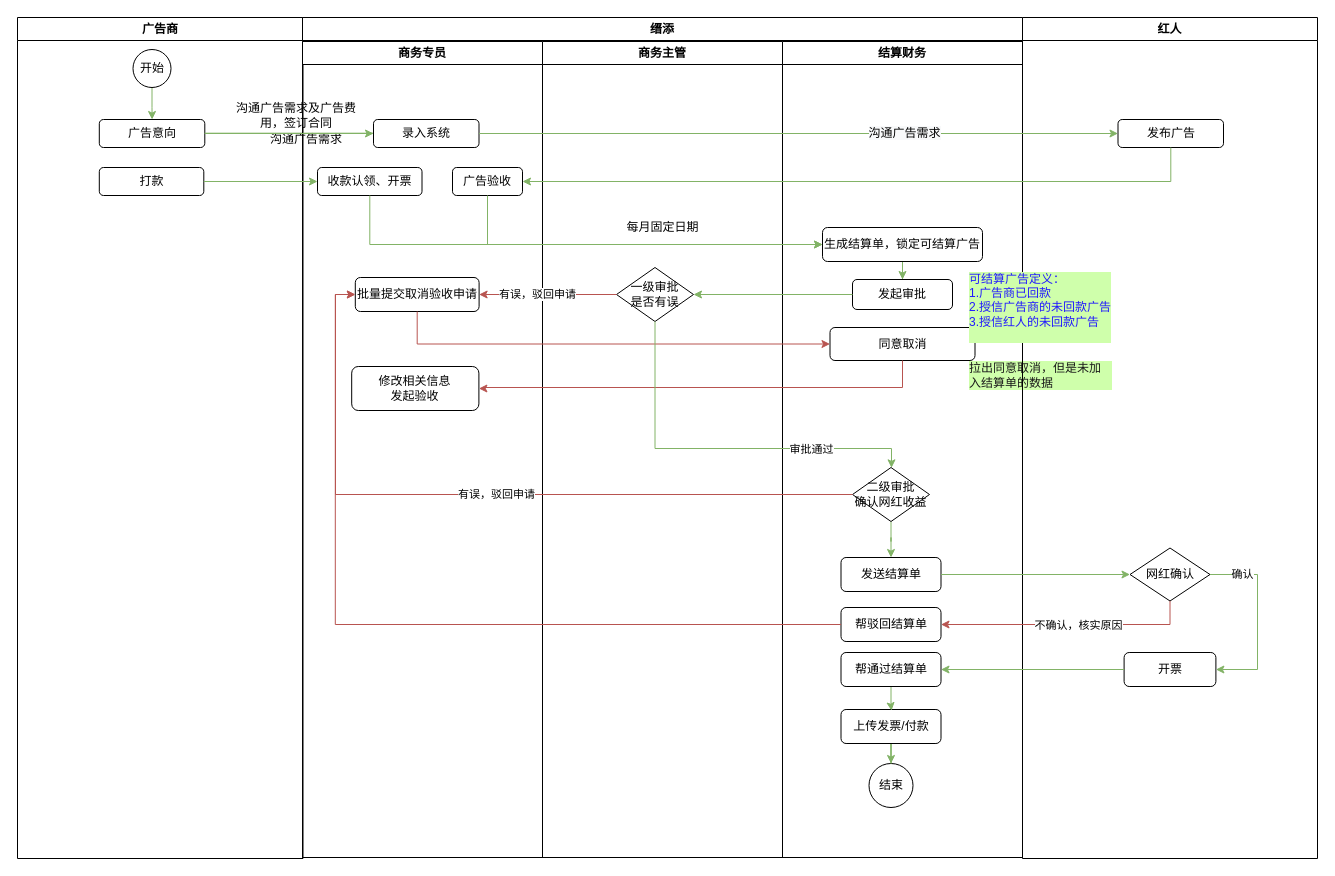
The draw.io diagram Untitled Diagram.drawio in Lucreziacici/work-diary, before the edit. Source tidied: cells renumbered, new cells numbered last; positions are measured from the earlier drawing's top-left corner, leaving out a move shared by most shapes. Both pictures are drawn from the tidied source at 100%, with x=0, y=0 at pixel (17, 17).
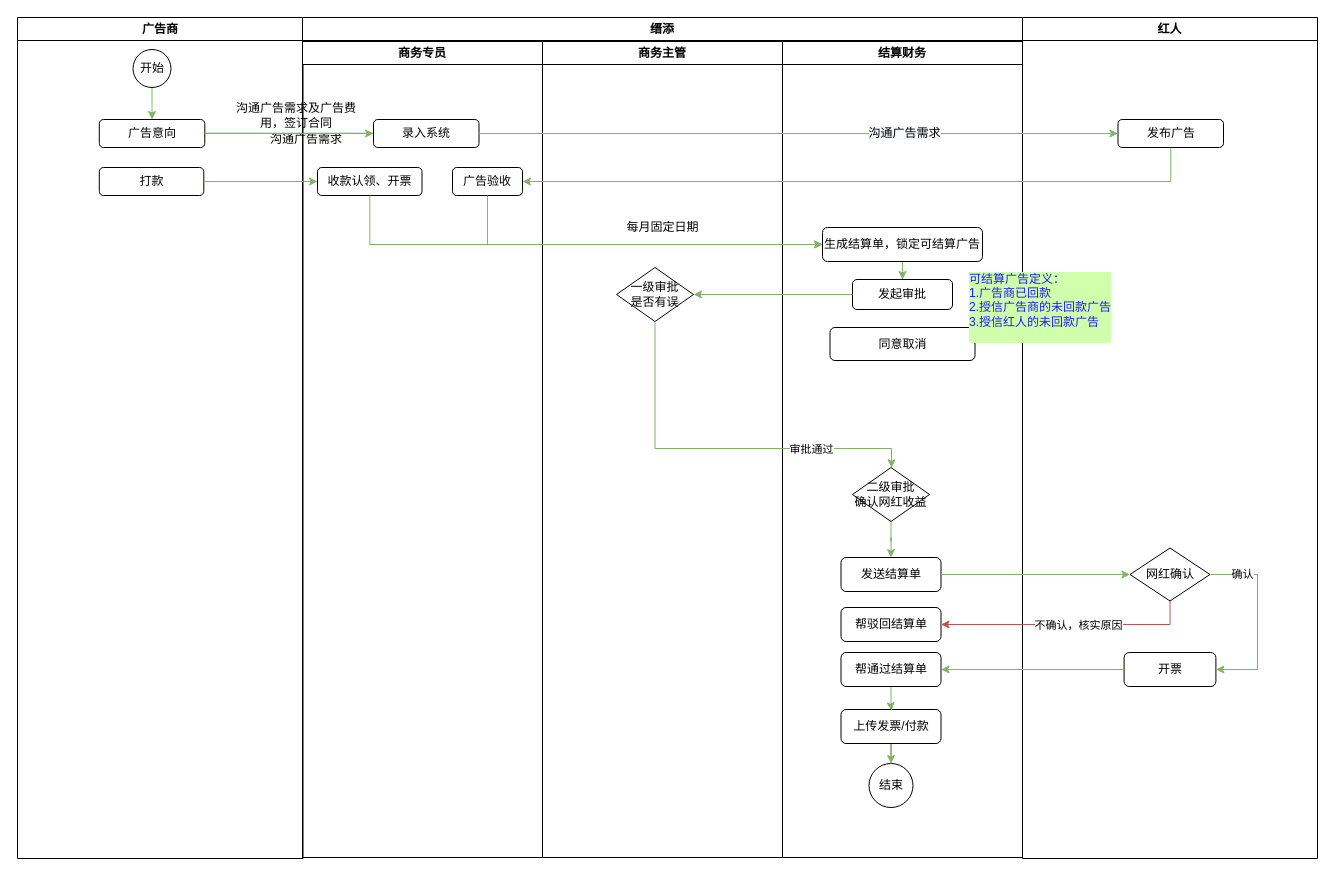
The same diagram, later.

Unchanged cells that the change refers to:
```xml
<mxCell id="8" value="缙添" style="swimlane;whiteSpace=wrap;swimlaneLine=1;" parent="1" vertex="1">
  <mxGeometry x="285" width="720" height="840" as="geometry" />
</mxCell>
<mxCell id="10" value="商务专员" style="swimlane;whiteSpace=wrap;sketch=0;rounded=0;shadow=0;startSize=23;" parent="8" vertex="1">
  <mxGeometry y="24" width="240" height="816" as="geometry" />
</mxCell>
<mxCell id="19" value="一级审批&lt;br&gt;是否有误" style="rhombus;whiteSpace=wrap;html=1;labelBackgroundColor=none;fontColor=default;align=center;" parent="17" vertex="1">
  <mxGeometry x="74" y="226" width="77" height="54" as="geometry" />
</mxCell>
<mxCell id="20" value="结算财务" style="swimlane;whiteSpace=wrap;sketch=0;rounded=0;shadow=0;" parent="8" vertex="1">
  <mxGeometry x="480" y="24" width="240" height="816" as="geometry" />
</mxCell>
<mxCell id="23" value="同意取消" style="rounded=1;whiteSpace=wrap;html=1;" parent="20" vertex="1">
  <mxGeometry x="47.5" y="286" width="145" height="33" as="geometry" />
</mxCell>
<mxCell id="26" value="二级审批&lt;br&gt;确认网红收益" style="rhombus;whiteSpace=wrap;html=1;labelBackgroundColor=none;fontColor=default;align=center;" parent="20" vertex="1">
  <mxGeometry x="70" y="426" width="77" height="54" as="geometry" />
</mxCell>
<mxCell id="28" value="帮驳回结算单" style="rounded=1;whiteSpace=wrap;html=1;labelBackgroundColor=none;fontColor=default;align=center;" parent="20" vertex="1">
  <mxGeometry x="58.5" y="566" width="100" height="34" as="geometry" />
</mxCell>
```

Change to the diagram source:
```diff
@@
-    <mxCell id="15" value="批量提交取消验收申请" style="rounded=1;whiteSpace=wrap;html=1;" parent="10" vertex="1">
-      <mxGeometry x="52.8" y="236" width="123.8" height="34" as="geometry" />
-    </mxCell>
-    <mxCell id="16" value="修改相关信息&lt;br&gt;发起验收" style="rounded=1;whiteSpace=wrap;html=1;labelBackgroundColor=none;fontColor=default;align=center;" parent="10" vertex="1">
-      <mxGeometry x="49.2" y="325" width="127.2" height="44" as="geometry" />
-    </mxCell>
@@
-    <mxCell id="34" value="拉出同意取消，但是未加入结算单的数据" style="text;html=1;strokeColor=none;fillColor=none;align=left;verticalAlign=middle;whiteSpace=wrap;rounded=0;labelBackgroundColor=#CFFFAB;fontColor=#1A1A1A;" parent="20" vertex="1">
-      <mxGeometry x="185" y="307" width="145" height="53" as="geometry" />
-    </mxCell>
@@
-    <mxCell id="37" style="edgeStyle=orthogonalEdgeStyle;rounded=0;jettySize=auto;html=1;fontColor=default;fillColor=#f8cecc;strokeColor=#b85450;" parent="8" edge="1" source="19" target="15">
-      <mxGeometry relative="1" as="geometry">
-        <Array as="points">
-          <mxPoint x="115" y="277" />
-        </Array>
-      </mxGeometry>
-    </mxCell>
-    <mxCell id="38" value="有误，驳回申请" style="edgeLabel;html=1;align=center;verticalAlign=middle;fontColor=default;" parent="37" vertex="1">
-      <mxGeometry x="0.17" y="-1" relative="1" as="geometry" />
-    </mxCell>
-    <mxCell id="39" style="edgeStyle=orthogonalEdgeStyle;rounded=0;jettySize=auto;html=1;entryX=0;entryY=0.5;entryDx=0;entryDy=0;fontColor=default;fillColor=#f8cecc;strokeColor=#b85450;" parent="8" edge="1" source="15" target="23">
-      <mxGeometry relative="1" as="geometry">
-        <Array as="points">
-          <mxPoint x="115" y="327" />
-          <mxPoint x="528" y="327" />
-        </Array>
-      </mxGeometry>
-    </mxCell>
-    <mxCell id="40" style="edgeStyle=orthogonalEdgeStyle;rounded=0;jettySize=auto;html=1;entryX=1;entryY=0.5;entryDx=0;entryDy=0;fontColor=default;fillColor=#f8cecc;strokeColor=#b85450;" parent="8" edge="1" source="23" target="16">
-      <mxGeometry relative="1" as="geometry">
-        <Array as="points">
-          <mxPoint x="600" y="370" />
-          <mxPoint x="180" y="370" />
-        </Array>
-      </mxGeometry>
-    </mxCell>
@@
-    <mxCell id="44" style="edgeStyle=orthogonalEdgeStyle;rounded=0;jettySize=auto;html=1;entryX=0;entryY=0.5;entryDx=0;entryDy=0;fontColor=default;fillColor=#f8cecc;strokeColor=#b85450;" parent="8" edge="1" source="26" target="15">
-      <mxGeometry relative="1" as="geometry">
-        <Array as="points">
-          <mxPoint x="33" y="477" />
-          <mxPoint x="33" y="277" />
-        </Array>
-      </mxGeometry>
-    </mxCell>
-    <mxCell id="45" value="有误，驳回申请" style="edgeLabel;html=1;align=center;verticalAlign=middle;fontColor=default;" parent="44" vertex="1">
-      <mxGeometry x="-0.03" y="-1" relative="1" as="geometry" />
-    </mxCell>
-    <mxCell id="46" style="edgeStyle=orthogonalEdgeStyle;rounded=0;jettySize=auto;html=1;entryX=0;entryY=0.5;entryDx=0;entryDy=0;fontColor=default;fillColor=#f8cecc;strokeColor=#b85450;" parent="8" edge="1" source="28" target="15">
-      <mxGeometry relative="1" as="geometry" />
-    </mxCell>
```
